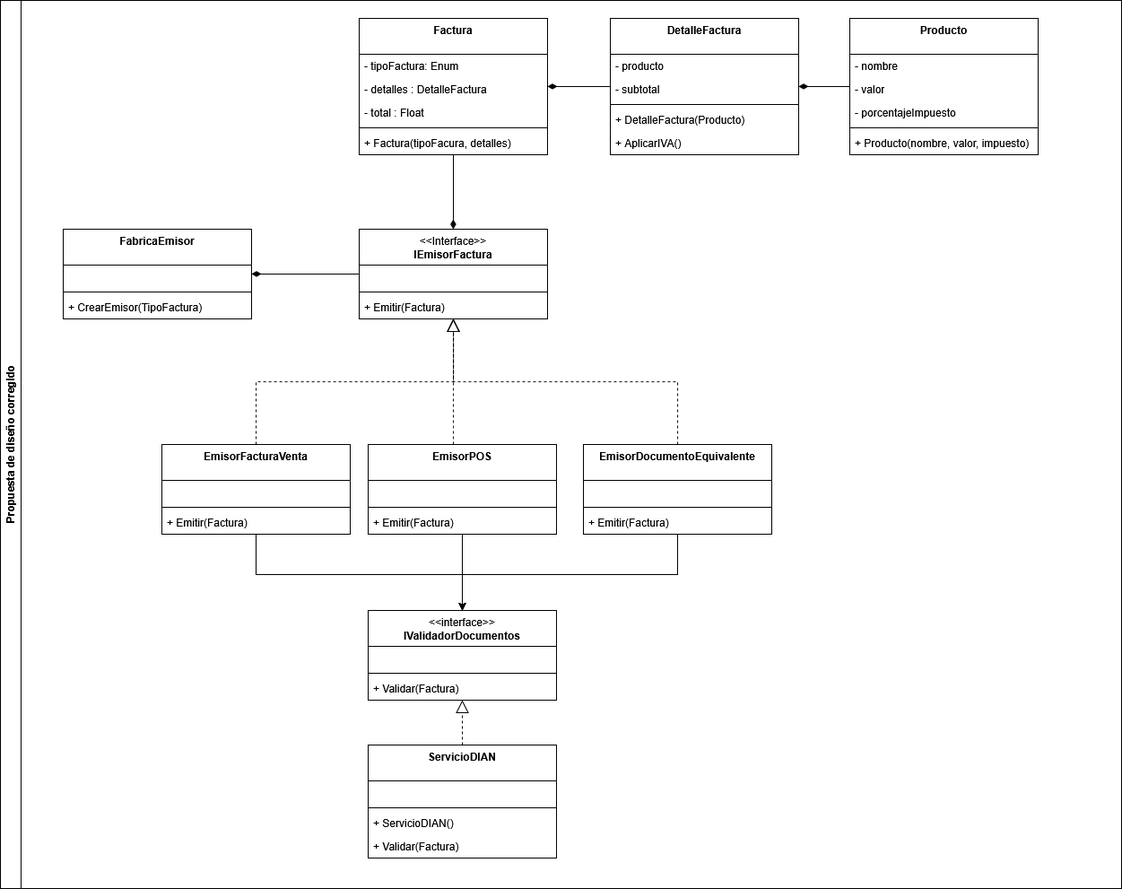
Earlier version of the draw.io export Sample/correct_design/esp_arqsoft_entrega_1_good_design.drawio.png (devgalop/esp-arqsoft-entregable-1). Source tidied: cells renumbered, new cells last; positions are measured from the earlier drawing's top-left corner, leaving out a move shared by most shapes.
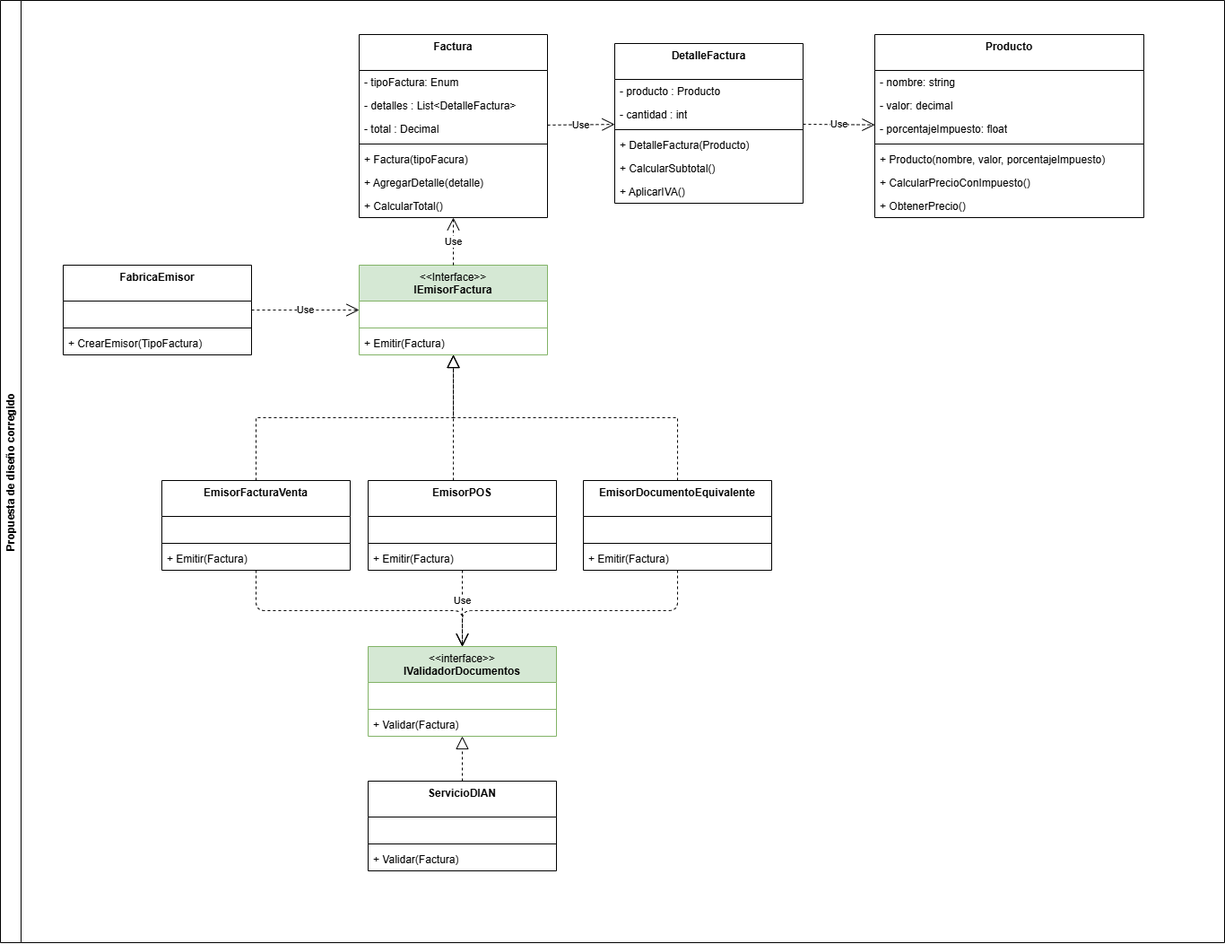
After the change.

Change to the diagram source:
```diff
@@ -1,2 +1,2 @@
-<mxGraphModel>
+<mxGraphModel background="#ffffff">
   <root>
@@ -5,6 +5,6 @@
     <mxCell id="2" value="Propuesta de diseño corregido" style="swimlane;horizontal=0;whiteSpace=wrap;html=1;" parent="1" vertex="1">
-      <mxGeometry width="1250" height="990" as="geometry" />
+      <mxGeometry width="1365" height="1050" as="geometry" />
     </mxCell>
     <mxCell id="3" value="ServicioDIAN" style="swimlane;fontStyle=1;align=center;verticalAlign=top;horizontal=1;startSize=40;whiteSpace=wrap;html=1;" parent="2" vertex="1">
-      <mxGeometry x="410" y="830" width="210" height="126" as="geometry" />
+      <mxGeometry x="410" y="870" width="210" height="100" as="geometry" />
     </mxCell>
@@ -16,15 +16,12 @@
     </mxCell>
-    <mxCell id="6" value="+ ServicioDIAN()" style="text;strokeColor=none;fillColor=none;align=left;verticalAlign=top;spacingLeft=4;spacingRight=4;overflow=hidden;whiteSpace=wrap;html=1;" parent="3" vertex="1">
-      <mxGeometry y="74" width="210" height="26" as="geometry" />
-    </mxCell>
     <mxCell id="7" value="+ Validar(Factura)" style="text;strokeColor=none;fillColor=none;align=left;verticalAlign=top;spacingLeft=4;spacingRight=4;overflow=hidden;whiteSpace=wrap;html=1;" parent="3" vertex="1">
-      <mxGeometry y="100" width="210" height="26" as="geometry" />
+      <mxGeometry y="74" width="210" height="26" as="geometry" />
     </mxCell>
     <mxCell id="8" value="DetalleFactura" style="swimlane;fontStyle=1;align=center;verticalAlign=top;horizontal=1;startSize=40;whiteSpace=wrap;html=1;" parent="2" vertex="1">
-      <mxGeometry x="680" y="20" width="210" height="152" as="geometry" />
+      <mxGeometry x="685" y="48" width="210" height="178" as="geometry" />
     </mxCell>
-    <mxCell id="9" value="- producto" style="text;strokeColor=none;fillColor=none;align=left;verticalAlign=top;spacingLeft=4;spacingRight=4;overflow=hidden;whiteSpace=wrap;html=1;" parent="8" vertex="1">
+    <mxCell id="9" value="- producto : Producto" style="text;strokeColor=none;fillColor=none;align=left;verticalAlign=top;spacingLeft=4;spacingRight=4;overflow=hidden;whiteSpace=wrap;html=1;" parent="8" vertex="1">
       <mxGeometry y="40" width="210" height="26" as="geometry" />
     </mxCell>
-    <mxCell id="10" value="- subtotal" style="text;strokeColor=none;fillColor=none;align=left;verticalAlign=top;spacingLeft=4;spacingRight=4;overflow=hidden;whiteSpace=wrap;html=1;" parent="8" vertex="1">
+    <mxCell id="10" value="- cantidad : int" style="text;strokeColor=none;fillColor=none;align=left;verticalAlign=top;spacingLeft=4;spacingRight=4;overflow=hidden;whiteSpace=wrap;html=1;" parent="8" vertex="1">
       <mxGeometry y="66" width="210" height="26" as="geometry" />
@@ -37,28 +34,10 @@
     </mxCell>
+    <mxCell id="61" value="+ CalcularSubtotal()" style="text;strokeColor=none;fillColor=none;align=left;verticalAlign=top;spacingLeft=4;spacingRight=4;overflow=hidden;whiteSpace=wrap;html=1;" parent="8" vertex="1">
+      <mxGeometry y="126" width="210" height="26" as="geometry" />
+    </mxCell>
     <mxCell id="13" value="+ AplicarIVA()" style="text;strokeColor=none;fillColor=none;align=left;verticalAlign=top;spacingLeft=4;spacingRight=4;overflow=hidden;whiteSpace=wrap;html=1;" parent="8" vertex="1">
-      <mxGeometry y="126" width="210" height="26" as="geometry" />
+      <mxGeometry y="152" width="210" height="26" as="geometry" />
     </mxCell>
-    <mxCell id="14" value="Producto" style="swimlane;fontStyle=1;align=center;verticalAlign=top;horizontal=1;startSize=40;whiteSpace=wrap;html=1;" parent="2" vertex="1">
-      <mxGeometry x="947" y="20" width="210" height="152" as="geometry" />
-    </mxCell>
-    <mxCell id="15" value="- nombre" style="text;strokeColor=none;fillColor=none;align=left;verticalAlign=top;spacingLeft=4;spacingRight=4;overflow=hidden;whiteSpace=wrap;html=1;" parent="14" vertex="1">
-      <mxGeometry y="40" width="210" height="26" as="geometry" />
-    </mxCell>
-    <mxCell id="16" value="- valor" style="text;strokeColor=none;fillColor=none;align=left;verticalAlign=top;spacingLeft=4;spacingRight=4;overflow=hidden;whiteSpace=wrap;html=1;" parent="14" vertex="1">
-      <mxGeometry y="66" width="210" height="26" as="geometry" />
-    </mxCell>
-    <mxCell id="17" value="- porcentajeImpuesto" style="text;strokeColor=none;fillColor=none;align=left;verticalAlign=top;spacingLeft=4;spacingRight=4;overflow=hidden;whiteSpace=wrap;html=1;" parent="14" vertex="1">
-      <mxGeometry y="92" width="210" height="26" as="geometry" />
-    </mxCell>
-    <mxCell id="18" style="line;strokeWidth=1;fillColor=none;align=left;verticalAlign=middle;spacingTop=-1;spacingLeft=3;spacingRight=3;labelPosition=right;strokeColor=inherit;" parent="14" vertex="1">
-      <mxGeometry y="118" width="210" height="8" as="geometry" />
-    </mxCell>
-    <mxCell id="19" value="+ Producto(nombre, valor, impuesto)" style="text;strokeColor=none;fillColor=none;align=left;verticalAlign=top;spacingLeft=4;spacingRight=4;overflow=hidden;whiteSpace=wrap;html=1;" parent="14" vertex="1">
-      <mxGeometry y="126" width="210" height="26" as="geometry" />
-    </mxCell>
-    <mxCell id="20" style="endArrow=none;startArrow=diamondThin;endFill=0;startFill=1;html=1;verticalAlign=bottom;labelBackgroundColor=none;strokeWidth=1;startSize=8;endSize=8;rounded=0;" parent="2" edge="1" source="8" target="14">
-      <mxGeometry relative="1" as="geometry" />
-    </mxCell>
     <mxCell id="21" value="Factura" style="swimlane;fontStyle=1;align=center;verticalAlign=top;horizontal=1;startSize=40;whiteSpace=wrap;html=1;" parent="2" vertex="1">
-      <mxGeometry x="400" y="20" width="210" height="152" as="geometry" />
+      <mxGeometry x="400" y="38" width="210" height="204" as="geometry" />
     </mxCell>
@@ -67,6 +46,6 @@
     </mxCell>
-    <mxCell id="23" value="- detalles : DetalleFactura" style="text;strokeColor=none;fillColor=none;align=left;verticalAlign=top;spacingLeft=4;spacingRight=4;overflow=hidden;whiteSpace=wrap;html=1;" parent="21" vertex="1">
+    <mxCell id="23" value="- detalles : List&amp;lt;DetalleFactura&amp;gt;" style="text;strokeColor=none;fillColor=none;align=left;verticalAlign=top;spacingLeft=4;spacingRight=4;overflow=hidden;whiteSpace=wrap;html=1;" parent="21" vertex="1">
       <mxGeometry y="66" width="210" height="26" as="geometry" />
     </mxCell>
-    <mxCell id="24" value="- total : Float" style="text;strokeColor=none;fillColor=none;align=left;verticalAlign=top;spacingLeft=4;spacingRight=4;overflow=hidden;whiteSpace=wrap;html=1;" parent="21" vertex="1">
+    <mxCell id="24" value="- total : Decimal" style="text;strokeColor=none;fillColor=none;align=left;verticalAlign=top;spacingLeft=4;spacingRight=4;overflow=hidden;whiteSpace=wrap;html=1;" parent="21" vertex="1">
       <mxGeometry y="92" width="210" height="26" as="geometry" />
@@ -76,10 +55,13 @@
     </mxCell>
-    <mxCell id="26" value="+ Factura(tipoFacura, detalles)" style="text;strokeColor=none;fillColor=none;align=left;verticalAlign=top;spacingLeft=4;spacingRight=4;overflow=hidden;whiteSpace=wrap;html=1;" parent="21" vertex="1">
+    <mxCell id="26" value="+ Factura(tipoFacura)" style="text;strokeColor=none;fillColor=none;align=left;verticalAlign=top;spacingLeft=4;spacingRight=4;overflow=hidden;whiteSpace=wrap;html=1;" parent="21" vertex="1">
       <mxGeometry y="126" width="210" height="26" as="geometry" />
     </mxCell>
-    <mxCell id="27" style="endArrow=none;startArrow=diamondThin;endFill=0;startFill=1;html=1;verticalAlign=bottom;labelBackgroundColor=none;strokeWidth=1;startSize=8;endSize=8;rounded=0;" parent="2" edge="1" source="21" target="8">
-      <mxGeometry relative="1" as="geometry" />
-    </mxCell>
+    <mxCell id="62" value="+ AgregarDetalle(detalle)" style="text;strokeColor=none;fillColor=none;align=left;verticalAlign=top;spacingLeft=4;spacingRight=4;overflow=hidden;whiteSpace=wrap;html=1;" parent="21" vertex="1">
+      <mxGeometry y="152" width="210" height="26" as="geometry" />
+    </mxCell>
+    <mxCell id="63" value="+ CalcularTotal()" style="text;strokeColor=none;fillColor=none;align=left;verticalAlign=top;spacingLeft=4;spacingRight=4;overflow=hidden;whiteSpace=wrap;html=1;" parent="21" vertex="1">
+      <mxGeometry y="178" width="210" height="26" as="geometry" />
+    </mxCell>
-    <mxCell id="28" value="&lt;span style=&quot;font-weight: normal;&quot;&gt;&amp;lt;&amp;lt;Interface&amp;gt;&amp;gt;&lt;/span&gt;&lt;br&gt;IEmisorFactura" style="swimlane;fontStyle=1;align=center;verticalAlign=top;horizontal=1;startSize=40;whiteSpace=wrap;html=1;" parent="2" vertex="1">
-      <mxGeometry x="400" y="255" width="210" height="100" as="geometry" />
+    <mxCell id="28" value="&lt;span style=&quot;font-weight: normal;&quot;&gt;&amp;lt;&amp;lt;Interface&amp;gt;&amp;gt;&lt;/span&gt;&lt;br&gt;IEmisorFactura" style="swimlane;fontStyle=1;align=center;verticalAlign=top;horizontal=1;startSize=40;whiteSpace=wrap;html=1;fillColor=#d5e8d4;strokeColor=#82b366;" parent="2" vertex="1">
+      <mxGeometry x="400" y="295" width="210" height="100" as="geometry" />
     </mxCell>
@@ -95,3 +77,3 @@
     <mxCell id="32" value="EmisorFacturaVenta" style="swimlane;fontStyle=1;align=center;verticalAlign=top;horizontal=1;startSize=40;whiteSpace=wrap;html=1;" parent="2" vertex="1">
-      <mxGeometry x="180" y="495" width="210" height="100" as="geometry" />
+      <mxGeometry x="180" y="535" width="210" height="100" as="geometry" />
     </mxCell>
@@ -107,3 +89,3 @@
     <mxCell id="36" value="EmisorDocumentoEquivalente" style="swimlane;fontStyle=1;align=center;verticalAlign=top;horizontal=1;startSize=40;whiteSpace=wrap;html=1;" parent="2" vertex="1">
-      <mxGeometry x="650" y="495" width="210" height="100" as="geometry" />
+      <mxGeometry x="650" y="535" width="210" height="100" as="geometry" />
     </mxCell>
@@ -121,4 +103,4 @@
         <Array as="points">
-          <mxPoint x="285" y="425" />
-          <mxPoint x="505" y="425" />
+          <mxPoint x="285" y="465" />
+          <mxPoint x="505" y="465" />
         </Array>
@@ -129,4 +111,4 @@
         <Array as="points">
-          <mxPoint x="755" y="425" />
-          <mxPoint x="505" y="425" />
+          <mxPoint x="755" y="465" />
+          <mxPoint x="505" y="465" />
         </Array>
@@ -135,3 +117,3 @@
     <mxCell id="42" value="EmisorPOS" style="swimlane;fontStyle=1;align=center;verticalAlign=top;horizontal=1;startSize=40;whiteSpace=wrap;html=1;" parent="2" vertex="1">
-      <mxGeometry x="410" y="495" width="210" height="100" as="geometry" />
+      <mxGeometry x="410" y="535" width="210" height="100" as="geometry" />
     </mxCell>
@@ -149,4 +131,4 @@
         <Array as="points">
-          <mxPoint x="505" y="475" />
-          <mxPoint x="505" y="475" />
+          <mxPoint x="505" y="515" />
+          <mxPoint x="505" y="515" />
         </Array>
@@ -155,3 +137,3 @@
     <mxCell id="47" value="FabricaEmisor" style="swimlane;fontStyle=1;align=center;verticalAlign=top;horizontal=1;startSize=40;whiteSpace=wrap;html=1;" parent="2" vertex="1">
-      <mxGeometry x="70" y="255" width="210" height="100" as="geometry" />
+      <mxGeometry x="70" y="295" width="210" height="100" as="geometry" />
     </mxCell>
@@ -166,31 +148,4 @@
     </mxCell>
-    <mxCell id="51" style="endArrow=none;startArrow=diamondThin;endFill=0;startFill=1;html=1;verticalAlign=bottom;labelBackgroundColor=none;strokeWidth=1;startSize=8;endSize=8;rounded=0;" parent="2" edge="1" source="47" target="28">
-      <mxGeometry relative="1" as="geometry" />
-    </mxCell>
-    <mxCell id="52" style="endArrow=none;startArrow=diamondThin;endFill=0;startFill=1;html=1;verticalAlign=bottom;labelBackgroundColor=none;strokeWidth=1;startSize=8;endSize=8;rounded=0;" parent="2" edge="1" source="28" target="21">
-      <mxGeometry relative="1" as="geometry" />
-    </mxCell>
-    <mxCell id="53" style="endArrow=classic;html=1;rounded=0;" parent="2" edge="1" source="42" target="56">
-      <mxGeometry relative="1" as="geometry" />
-    </mxCell>
-    <mxCell id="54" style="endArrow=classic;html=1;rounded=0;edgeStyle=orthogonalEdgeStyle;" parent="2" edge="1" source="36" target="56">
-      <mxGeometry relative="1" as="geometry">
-        <Array as="points">
-          <mxPoint x="755" y="640" />
-          <mxPoint x="515" y="640" />
-          <mxPoint x="515" y="715" />
-        </Array>
-      </mxGeometry>
-    </mxCell>
-    <mxCell id="55" style="endArrow=classic;html=1;rounded=0;edgeStyle=orthogonalEdgeStyle;" parent="2" edge="1" source="32" target="56">
-      <mxGeometry relative="1" as="geometry">
-        <Array as="points">
-          <mxPoint x="285" y="640" />
-          <mxPoint x="515" y="640" />
-          <mxPoint x="515" y="715" />
-        </Array>
-      </mxGeometry>
-    </mxCell>
-    <mxCell id="56" value="&lt;div&gt;&lt;span style=&quot;font-weight: normal;&quot;&gt;&amp;lt;&amp;lt;interface&amp;gt;&amp;gt;&lt;/span&gt;&lt;/div&gt;&lt;div&gt;IValidadorDocumentos&lt;/div&gt;" style="swimlane;fontStyle=1;align=center;verticalAlign=top;horizontal=1;startSize=40;whiteSpace=wrap;html=1;" parent="2" vertex="1">
-      <mxGeometry x="410" y="680" width="210" height="100" as="geometry" />
+    <mxCell id="56" value="&lt;div&gt;&lt;span style=&quot;font-weight: normal;&quot;&gt;&amp;lt;&amp;lt;interface&amp;gt;&amp;gt;&lt;/span&gt;&lt;/div&gt;&lt;div&gt;IValidadorDocumentos&lt;/div&gt;" style="swimlane;fontStyle=1;align=center;verticalAlign=top;horizontal=1;startSize=40;whiteSpace=wrap;html=1;fillColor=#d5e8d4;strokeColor=#82b366;" parent="2" vertex="1">
+      <mxGeometry x="410" y="720" width="210" height="100" as="geometry" />
     </mxCell>
@@ -208,2 +163,60 @@
     </mxCell>
+    <mxCell id="52" value="Use" style="endArrow=open;endSize=12;dashed=1;html=1;exitX=0.5;exitY=0;exitDx=0;exitDy=0;" parent="2" edge="1" source="28" target="21">
+      <mxGeometry relative="1" as="geometry" />
+    </mxCell>
+    <mxCell id="27" value="Use" style="endArrow=open;endSize=12;dashed=1;html=1;" parent="2" edge="1" source="21" target="8">
+      <mxGeometry relative="1" as="geometry" />
+    </mxCell>
+    <mxCell id="20" value="Use" style="endArrow=open;endSize=12;dashed=1;html=1;" parent="2" edge="1" source="8" target="14">
+      <mxGeometry relative="1" as="geometry" />
+    </mxCell>
+    <mxCell id="51" value="Use" style="endArrow=open;endSize=12;dashed=1;html=1;" parent="2" edge="1" source="47" target="28">
+      <mxGeometry relative="1" as="geometry" />
+    </mxCell>
+    <mxCell id="55" style="endArrow=open;endSize=12;dashed=1;html=1;edgeStyle=orthogonalEdgeStyle;" parent="2" edge="1" source="32" target="56">
+      <mxGeometry relative="1" as="geometry">
+        <Array as="points">
+          <mxPoint x="285" y="680" />
+          <mxPoint x="515" y="680" />
+        </Array>
+      </mxGeometry>
+    </mxCell>
+    <mxCell id="53" style="endArrow=open;endSize=12;dashed=1;html=1;" parent="2" edge="1" source="42" target="56">
+      <mxGeometry relative="1" as="geometry" />
+    </mxCell>
+    <mxCell id="64" value="Use" style="edgeLabel;html=1;align=center;verticalAlign=middle;" parent="53" vertex="1">
+      <mxGeometry x="-0.21" relative="1" as="geometry" />
+    </mxCell>
+    <mxCell id="54" style="endArrow=open;endSize=12;dashed=1;html=1;edgeStyle=orthogonalEdgeStyle;" parent="2" edge="1" source="36" target="56">
+      <mxGeometry relative="1" as="geometry">
+        <Array as="points">
+          <mxPoint x="755" y="680" />
+          <mxPoint x="515" y="680" />
+        </Array>
+      </mxGeometry>
+    </mxCell>
+    <mxCell id="14" value="Producto" style="swimlane;fontStyle=1;align=center;verticalAlign=top;horizontal=1;startSize=40;whiteSpace=wrap;html=1;" parent="2" vertex="1">
+      <mxGeometry x="975" y="38" width="300" height="204" as="geometry" />
+    </mxCell>
+    <mxCell id="65" value="- nombre: string" style="text;strokeColor=none;fillColor=none;align=left;verticalAlign=top;spacingLeft=4;spacingRight=4;overflow=hidden;whiteSpace=wrap;html=1;" parent="14" vertex="1">
+      <mxGeometry y="40" width="300" height="26" as="geometry" />
+    </mxCell>
+    <mxCell id="66" value="- valor: decimal" style="text;strokeColor=none;fillColor=none;align=left;verticalAlign=top;spacingLeft=4;spacingRight=4;overflow=hidden;whiteSpace=wrap;html=1;" parent="14" vertex="1">
+      <mxGeometry y="66" width="300" height="26" as="geometry" />
+    </mxCell>
+    <mxCell id="67" value="- porcentajeImpuesto: float" style="text;strokeColor=none;fillColor=none;align=left;verticalAlign=top;spacingLeft=4;spacingRight=4;overflow=hidden;whiteSpace=wrap;html=1;" parent="14" vertex="1">
+      <mxGeometry y="92" width="300" height="26" as="geometry" />
+    </mxCell>
+    <mxCell id="68" style="line;strokeWidth=1;fillColor=none;align=left;verticalAlign=middle;spacingTop=-1;spacingLeft=3;spacingRight=3;labelPosition=right;strokeColor=inherit;" parent="14" vertex="1">
+      <mxGeometry y="118" width="300" height="8" as="geometry" />
+    </mxCell>
+    <mxCell id="69" value="+ Producto(nombre, valor, porcentajeImpuesto)" style="text;strokeColor=none;fillColor=none;align=left;verticalAlign=top;spacingLeft=4;spacingRight=4;overflow=hidden;whiteSpace=wrap;html=1;" parent="14" vertex="1">
+      <mxGeometry y="126" width="300" height="26" as="geometry" />
+    </mxCell>
+    <mxCell id="70" value="+ CalcularPrecioConImpuesto()" style="text;strokeColor=none;fillColor=none;align=left;verticalAlign=top;spacingLeft=4;spacingRight=4;overflow=hidden;whiteSpace=wrap;html=1;" parent="14" vertex="1">
+      <mxGeometry y="152" width="300" height="26" as="geometry" />
+    </mxCell>
+    <mxCell id="71" value="+ ObtenerPrecio()" style="text;strokeColor=none;fillColor=none;align=left;verticalAlign=top;spacingLeft=4;spacingRight=4;overflow=hidden;whiteSpace=wrap;html=1;" parent="14" vertex="1">
+      <mxGeometry y="178" width="300" height="26" as="geometry" />
+    </mxCell>
   </root>
```
